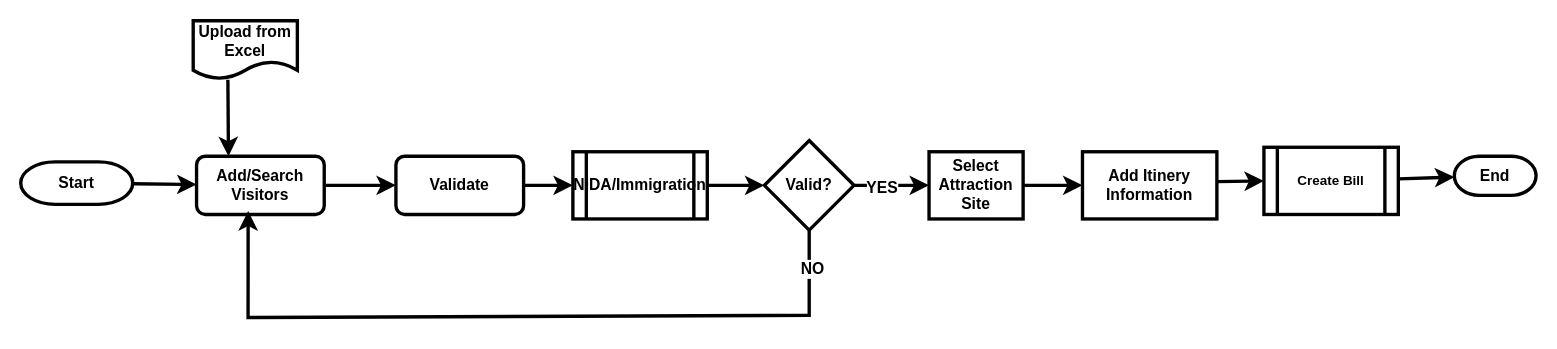
MbalamulaS/portal2-diagram keeps this draw.io diagram as page "Itinary Creation" (1 of 9) of Itinerary_Creation_Flow.drawio. Above is the earlier version. Source tidied: cells renumbered, new cells numbered last; positions are measured from the earlier drawing's top-left corner, leaving out a move shared by most shapes. Both pictures are drawn from the tidied source at 112%, with x=0, y=0 at pixel (20, 20).
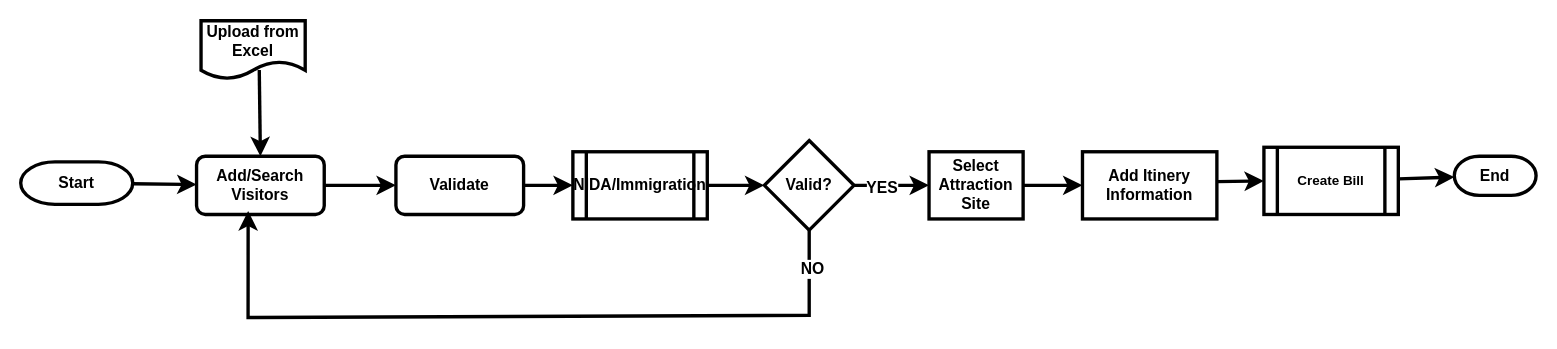
Above is the later version.

Commit message:
finalize diagrams

Unchanged cells that the change refers to:
```xml
<mxCell id="6" value="Add/Search Visitors" style="rounded=1;whiteSpace=wrap;html=1;fontSize=14;fontStyle=1;strokeWidth=3;" parent="1" vertex="1">
  <mxGeometry x="157" y="121" width="114" height="52" as="geometry" />
</mxCell>
```

Change to the diagram source:
```diff
@@
     <mxCell id="7" value="Upload from Excel" style="shape=document;whiteSpace=wrap;html=1;boundedLbl=1;fontSize=14;fontStyle=1;strokeWidth=3;" parent="1" vertex="1">
-      <mxGeometry x="154" width="93" height="52" as="geometry" />
+      <mxGeometry x="161" width="93" height="52" as="geometry" />
     </mxCell>
-    <mxCell id="8" style="endArrow=classic;html=1;rounded=0;fontSize=14;startSize=8;endSize=8;curved=1;exitX=0.333;exitY=1.013;exitDx=0;exitDy=0;exitPerimeter=0;entryX=0.25;entryY=0;entryDx=0;entryDy=0;fontStyle=1;strokeWidth=3;" parent="1" edge="1" source="7" target="6">
+    <mxCell id="8" style="endArrow=classic;html=1;rounded=0;fontSize=14;startSize=8;endSize=8;curved=1;exitX=0.559;exitY=0.846;exitDx=0;exitDy=0;exitPerimeter=0;entryX=0.5;entryY=0;entryDx=0;entryDy=0;fontStyle=1;strokeWidth=3;" parent="1" edge="1" source="7" target="6">
       <mxGeometry relative="1" as="geometry" />
     </mxCell>
```
